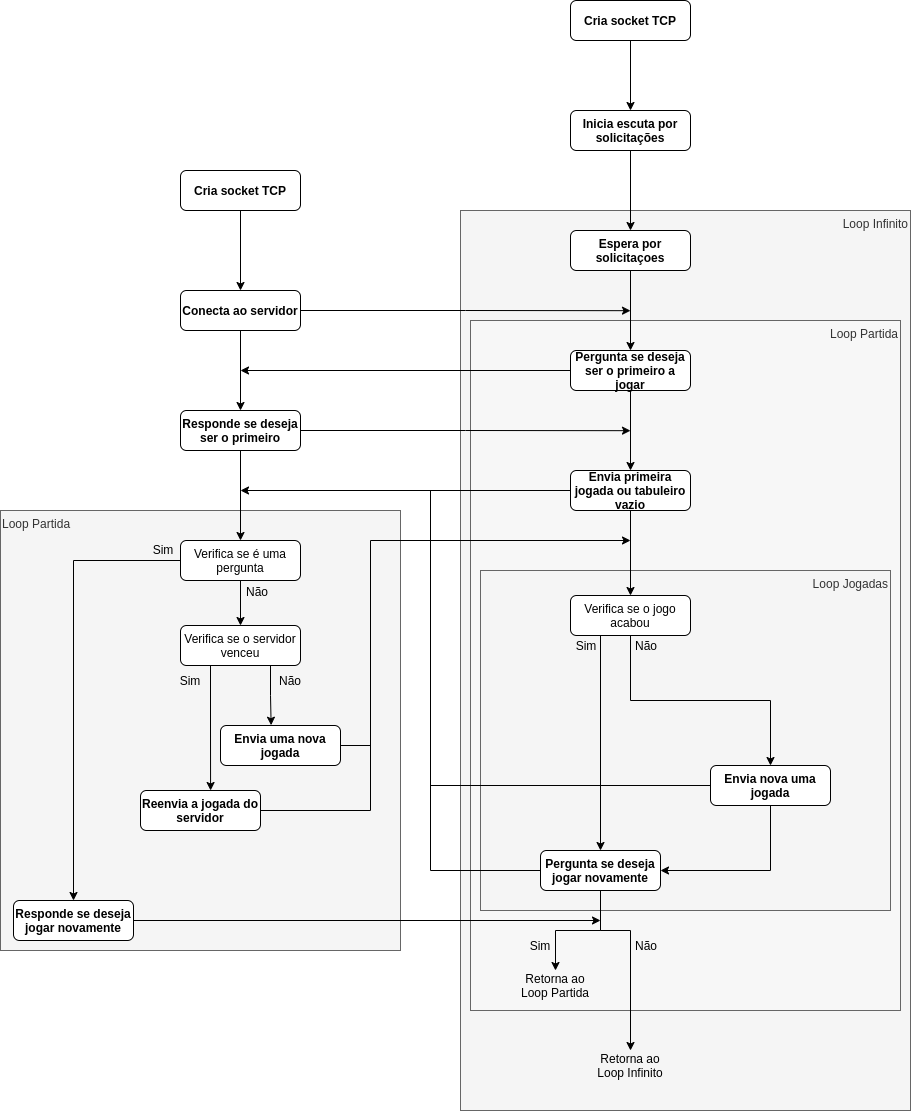
Before: protocolo.drawio.png, a diagram exported from draw.io (jumidlej/jogo-da-velha). Source tidied: cells renumbered, new cells last; positions are measured from the earlier drawing's top-left corner, leaving out a move shared by most shapes.
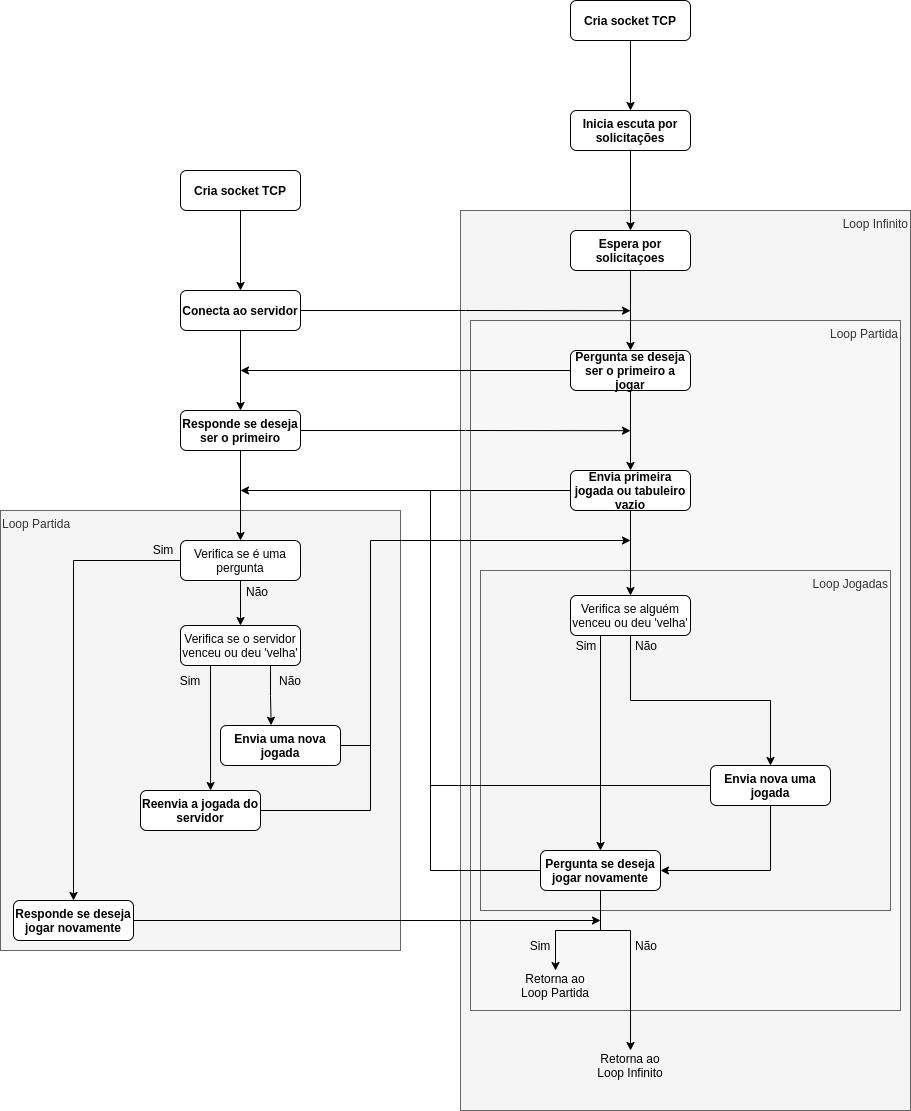
After the change.

What changed in the source:
```diff
@@ -62,7 +62,7 @@
     <mxCell id="19" style="edgeStyle=orthogonalEdgeStyle;rounded=0;jettySize=auto;html=1;exitX=0.25;exitY=1;exitDx=0;exitDy=0;entryX=0.584;entryY=0;entryDx=0;entryDy=0;entryPerimeter=0;" parent="1" edge="1" source="20" target="32">
       <mxGeometry relative="1" as="geometry" />
     </mxCell>
-    <mxCell id="20" value="Verifica se o servidor venceu" style="rounded=1;whiteSpace=wrap;html=1;fontSize=12;glass=0;strokeWidth=1;shadow=0;" parent="1" vertex="1">
+    <mxCell id="20" value="Verifica se o servidor venceu ou deu 'velha'" style="rounded=1;whiteSpace=wrap;html=1;fontSize=12;glass=0;strokeWidth=1;shadow=0;" parent="1" vertex="1">
       <mxGeometry x="180" y="625" width="120" height="40" as="geometry" />
     </mxCell>
     <mxCell id="21" style="edgeStyle=orthogonalEdgeStyle;rounded=0;jettySize=auto;html=1;exitX=0;exitY=0.5;exitDx=0;exitDy=0;endArrow=none;endFill=0;" parent="1" edge="1" source="23">
@@ -82,7 +82,7 @@
     <mxCell id="25" style="edgeStyle=orthogonalEdgeStyle;rounded=0;jettySize=auto;html=1;exitX=0.5;exitY=1;exitDx=0;exitDy=0;endArrow=classic;endFill=1;" parent="1" edge="1" source="26" target="23">
       <mxGeometry relative="1" as="geometry" />
     </mxCell>
-    <mxCell id="26" value="Verifica se o jogo acabou" style="rounded=1;whiteSpace=wrap;html=1;fontSize=12;glass=0;strokeWidth=1;shadow=0;" parent="1" vertex="1">
+    <mxCell id="26" value="Verifica se alguém venceu ou deu 'velha'" style="rounded=1;whiteSpace=wrap;html=1;fontSize=12;glass=0;strokeWidth=1;shadow=0;" parent="1" vertex="1">
       <mxGeometry x="570" y="595" width="120" height="40" as="geometry" />
     </mxCell>
     <mxCell id="27" style="edgeStyle=orthogonalEdgeStyle;rounded=0;jettySize=auto;html=1;exitX=0;exitY=0.5;exitDx=0;exitDy=0;endArrow=none;endFill=0;" parent="1" edge="1" source="30">
```
